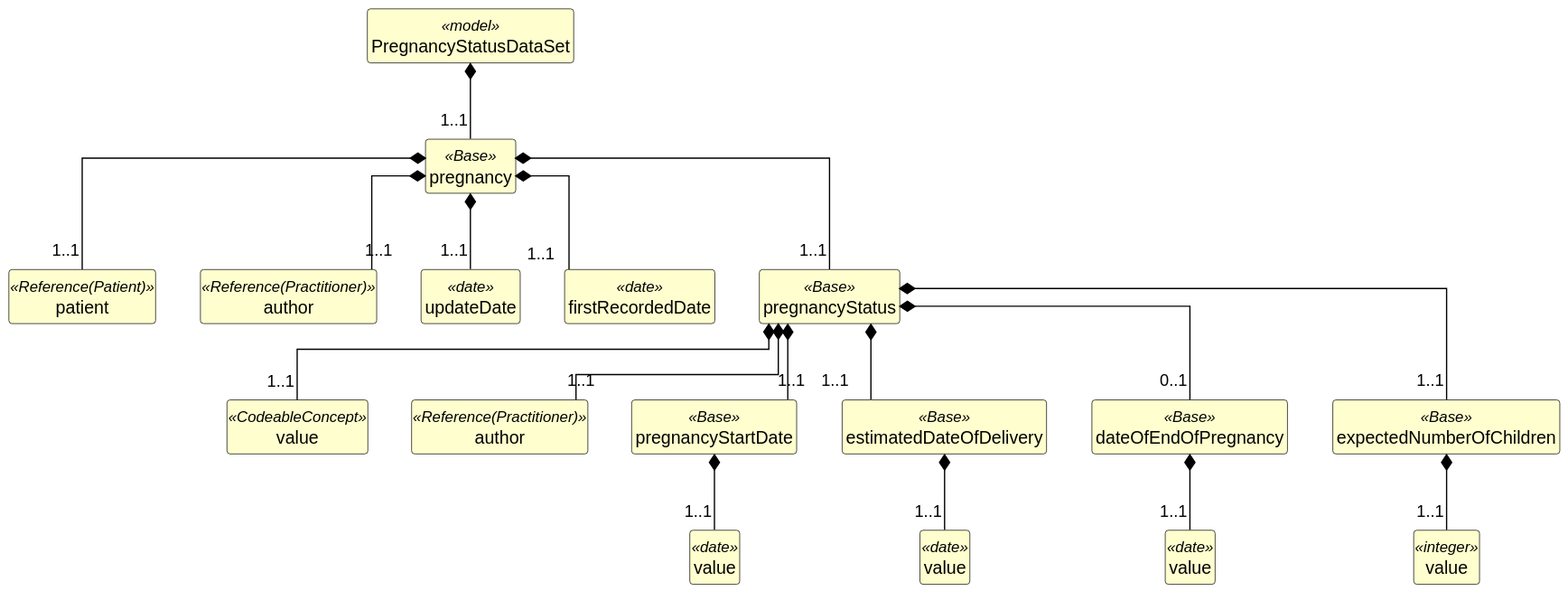
caresets/caresets-src keeps this PlantUML diagram as exports/diagrams/PregnancyStatusDataSet-uml.svg. Above is the earlier version.
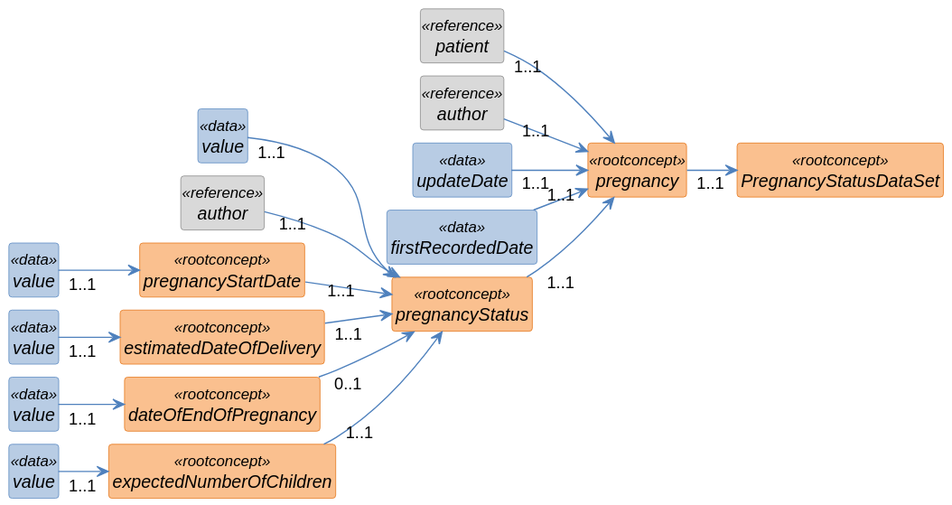
The same diagram one commit later.

Diff of the diagram source:
```diff
@@ -1,82 +1,89 @@
 @startuml
+left to right direction
 skinparam shadowing false
+skinparam nodesep 10
+skinparam ranksep 40
 skinparam classAttributeIconSize 0
-skinparam linetype ortho
 skinparam class {
-  BackgroundColor #FEFECE
-  BorderColor #000000
-  ArrowColor #000000
-  FontStyle bold
-  AttributeFontStyle normal
+  FontStyle italic
+  BackgroundColor<<rootconcept>> #FAC08F
+  BorderColor<<rootconcept>> #E36C0A
+  BackgroundColor<<data>> #B8CCE4
+  BorderColor<<data>> #4F81BD
+  BackgroundColor<<reference>> #D9D9D9
+  BorderColor<<reference>> #808080
+  BackgroundColor<<value set>> #C3D69B
+  BorderColor<<value set>> #77933C
+  ArrowColor #4F81BD
 }
 hide circle
 hide empty members
 
-class "PregnancyStatusDataSet" as PregnancyStatusDataSet <<model>> {
+class "PregnancyStatusDataSet" as PregnancyStatusDataSet <<rootconcept>> {
 }
 
-class "pregnancy" as PregnancyStatusDataSet_pregnancy <<Base>> {
+class "pregnancy" as PregnancyStatusDataSet_pregnancy <<rootconcept>> {
 }
 
-class "patient" as PregnancyStatusDataSet_pregnancy_patient <<Reference(Patient)>> {
+class "patient" as PregnancyStatusDataSet_pregnancy_patient <<reference>> {
 }
 
-class "author" as PregnancyStatusDataSet_pregnancy_author <<Reference(Practitioner)>> {
+class "author" as PregnancyStatusDataSet_pregnancy_author <<reference>> {
 }
 
-class "updateDate" as PregnancyStatusDataSet_pregnancy_updateDate <<date>> {
+class "updateDate" as PregnancyStatusDataSet_pregnancy_updateDate <<data>> {
 }
 
-class "firstRecordedDate" as PregnancyStatusDataSet_pregnancy_firstRecordedDate <<date>> {
+class "firstRecordedDate" as PregnancyStatusDataSet_pregnancy_firstRecordedDate <<data>> {
 }
 
-class "pregnancyStatus" as PregnancyStatusDataSet_pregnancy_pregnancyStatus <<Base>> {
+class "pregnancyStatus" as PregnancyStatusDataSet_pregnancy_pregnancyStatus <<rootconcept>> {
 }
 
-class "value" as PregnancyStatusDataSet_pregnancy_pregnancyStatus_value <<CodeableConcept>> {
+class "value" as PregnancyStatusDataSet_pregnancy_pregnancyStatus_value <<data>> {
 }
 
-class "author" as PregnancyStatusDataSet_pregnancy_pregnancyStatus_author <<Reference(Practitioner)>> {
+class "author" as PregnancyStatusDataSet_pregnancy_pregnancyStatus_author <<reference>> {
 }
 
-class "pregnancyStartDate" as PregnancyStatusDataSet_pregnancy_pregnancyStatus_pregnancyStartDate <<Base>> {
+class "pregnancyStartDate" as PregnancyStatusDataSet_pregnancy_pregnancyStatus_pregnancyStartDate <<rootconcept>> {
 }
 
-class "value" as PregnancyStatusDataSet_pregnancy_pregnancyStatus_pregnancyStartDate_value <<date>> {
+class "value" as PregnancyStatusDataSet_pregnancy_pregnancyStatus_pregnancyStartDate_value <<data>> {
 }
 
-class "estimatedDateOfDelivery" as PregnancyStatusDataSet_pregnancy_pregnancyStatus_estimatedDateOfDelivery <<Base>> {
+class "estimatedDateOfDelivery" as PregnancyStatusDataSet_pregnancy_pregnancyStatus_estimatedDateOfDelivery <<rootconcept>> {
 }
 
-class "value" as PregnancyStatusDataSet_pregnancy_pregnancyStatus_estimatedDateOfDelivery_value <<date>> {
+class "value" as PregnancyStatusDataSet_pregnancy_pregnancyStatus_estimatedDateOfDelivery_value <<data>> {
 }
 
-class "dateOfEndOfPregnancy" as PregnancyStatusDataSet_pregnancy_pregnancyStatus_dateOfEndOfPregnancy <<Base>> {
+class "dateOfEndOfPregnancy" as PregnancyStatusDataSet_pregnancy_pregnancyStatus_dateOfEndOfPregnancy <<rootconcept>> {
 }
 
-class "value" as PregnancyStatusDataSet_pregnancy_pregnancyStatus_dateOfEndOfPregnancy_value <<date>> {
+class "value" as PregnancyStatusDataSet_pregnancy_pregnancyStatus_dateOfEndOfPregnancy_value <<data>> {
 }
 
-class "expectedNumberOfChildren" as PregnancyStatusDataSet_pregnancy_pregnancyStatus_expectedNumberOfChildren <<Base>> {
+class "expectedNumberOfChildren" as PregnancyStatusDataSet_pregnancy_pregnancyStatus_expectedNumberOfChildren <<rootconcept>> {
 }
 
-class "value" as PregnancyStatusDataSet_pregnancy_pregnancyStatus_expectedNumberOfChildren_value <<integer>> {
+class "value" as PregnancyStatusDataSet_pregnancy_pregnancyStatus_expectedNumberOfChildren_value <<data>> {
 }
 
-PregnancyStatusDataSet *-- "1..1" PregnancyStatusDataSet_pregnancy
-PregnancyStatusDataSet_pregnancy *-- "1..1" PregnancyStatusDataSet_pregnancy_patient
-PregnancyStatusDataSet_pregnancy *-- "1..1" PregnancyStatusDataSet_pregnancy_author
-PregnancyStatusDataSet_pregnancy *-- "1..1" PregnancyStatusDataSet_pregnancy_updateDate
-PregnancyStatusDataSet_pregnancy *-- "1..1" PregnancyStatusDataSet_pregnancy_firstRecordedDate
-PregnancyStatusDataSet_pregnancy *-- "1..1" PregnancyStatusDataSet_pregnancy_pregnancyStatus
-PregnancyStatusDataSet_pregnancy_pregnancyStatus *-- "1..1" PregnancyStatusDataSet_pregnancy_pregnancyStatus_value
-PregnancyStatusDataSet_pregnancy_pregnancyStatus *-- "1..1" PregnancyStatusDataSet_pregnancy_pregnancyStatus_author
-PregnancyStatusDataSet_pregnancy_pregnancyStatus *-- "1..1" PregnancyStatusDataSet_pregnancy_pregnancyStatus_pregnancyStartDate
-PregnancyStatusDataSet_pregnancy_pregnancyStatus_pregnancyStartDate *-- "1..1" PregnancyStatusDataSet_pregnancy_pregnancyStatus_pregnancyStartDate_value
-PregnancyStatusDataSet_pregnancy_pregnancyStatus *-- "1..1" PregnancyStatusDataSet_pregnancy_pregnancyStatus_estimatedDateOfDelivery
-PregnancyStatusDataSet_pregnancy_pregnancyStatus_estimatedDateOfDelivery *-- "1..1" PregnancyStatusDataSet_pregnancy_pregnancyStatus_estimatedDateOfDelivery_value
-PregnancyStatusDataSet_pregnancy_pregnancyStatus *-- "0..1" PregnancyStatusDataSet_pregnancy_pregnancyStatus_dateOfEndOfPregnancy
-PregnancyStatusDataSet_pregnancy_pregnancyStatus_dateOfEndOfPregnancy *-- "1..1" PregnancyStatusDataSet_pregnancy_pregnancyStatus_dateOfEndOfPregnancy_value
-PregnancyStatusDataSet_pregnancy_pregnancyStatus *-- "1..1" PregnancyStatusDataSet_pregnancy_pregnancyStatus_expectedNumberOfChildren
-PregnancyStatusDataSet_pregnancy_pregnancyStatus_expectedNumberOfChildren *-- "1..1" PregnancyStatusDataSet_pregnancy_pregnancyStatus_expectedNumberOfChildren_value
+PregnancyStatusDataSet_pregnancy "1..1" --> PregnancyStatusDataSet
+PregnancyStatusDataSet_pregnancy_patient "1..1" --> PregnancyStatusDataSet_pregnancy
+PregnancyStatusDataSet_pregnancy_author "1..1" --> PregnancyStatusDataSet_pregnancy
+PregnancyStatusDataSet_pregnancy_updateDate "1..1" --> PregnancyStatusDataSet_pregnancy
+PregnancyStatusDataSet_pregnancy_firstRecordedDate "1..1" --> PregnancyStatusDataSet_pregnancy
+PregnancyStatusDataSet_pregnancy_pregnancyStatus "1..1" --> PregnancyStatusDataSet_pregnancy
+PregnancyStatusDataSet_pregnancy_pregnancyStatus_value "1..1" --> PregnancyStatusDataSet_pregnancy_pregnancyStatus
+PregnancyStatusDataSet_pregnancy_pregnancyStatus_author "1..1" --> PregnancyStatusDataSet_pregnancy_pregnancyStatus
+PregnancyStatusDataSet_pregnancy_pregnancyStatus_pregnancyStartDate "1..1" --> PregnancyStatusDataSet_pregnancy_pregnancyStatus
+PregnancyStatusDataSet_pregnancy_pregnancyStatus_pregnancyStartDate_value "1..1" --> PregnancyStatusDataSet_pregnancy_pregnancyStatus_pregnancyStartDate
+PregnancyStatusDataSet_pregnancy_pregnancyStatus_estimatedDateOfDelivery "1..1" --> PregnancyStatusDataSet_pregnancy_pregnancyStatus
+PregnancyStatusDataSet_pregnancy_pregnancyStatus_estimatedDateOfDelivery_value "1..1" --> PregnancyStatusDataSet_pregnancy_pregnancyStatus_estimatedDateOfDelivery
+PregnancyStatusDataSet_pregnancy_pregnancyStatus_dateOfEndOfPregnancy "0..1" --> PregnancyStatusDataSet_pregnancy_pregnancyStatus
+PregnancyStatusDataSet_pregnancy_pregnancyStatus_dateOfEndOfPregnancy_value "1..1" --> PregnancyStatusDataSet_pregnancy_pregnancyStatus_dateOfEndOfPregnancy
+PregnancyStatusDataSet_pregnancy_pregnancyStatus_expectedNumberOfChildren "1..1" --> PregnancyStatusDataSet_pregnancy_pregnancyStatus
+PregnancyStatusDataSet_pregnancy_pregnancyStatus_expectedNumberOfChildren_value "1..1" --> PregnancyStatusDataSet_pregnancy_pregnancyStatus_expectedNumberOfChildren
 @enduml
```
